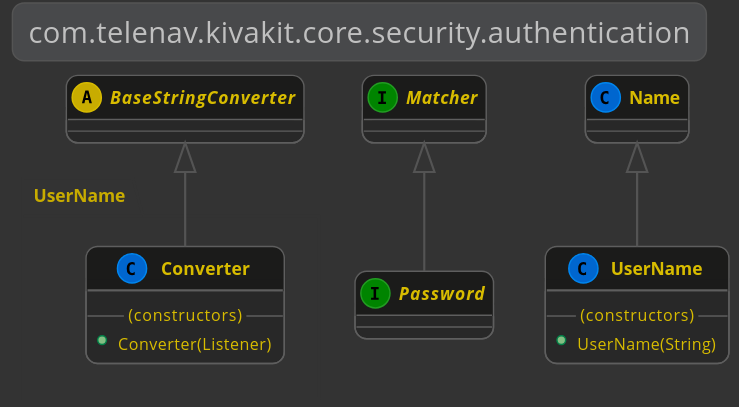
Before: kivakit-core/security/documentation/diagrams/com.telenav.kivakit.core.security.authentication.svg, a diagram exported from PlantUML (Telenav/kivakit).
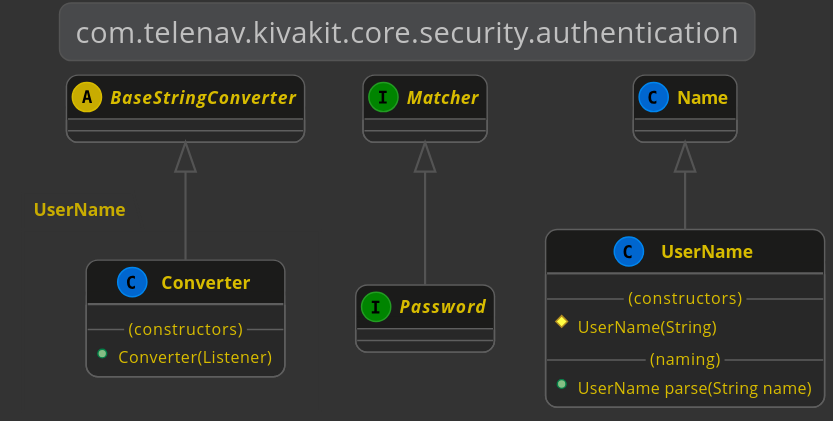
After the change.

Diff of the diagram source:
```diff
@@ -23,7 +23,9 @@
     class UserName
     {
         --(constructors)--
-        +UserName(String)
+        #UserName(String)
+        --(naming)--
+        +UserName parse(String name)
     }
 
 @enduml
```
